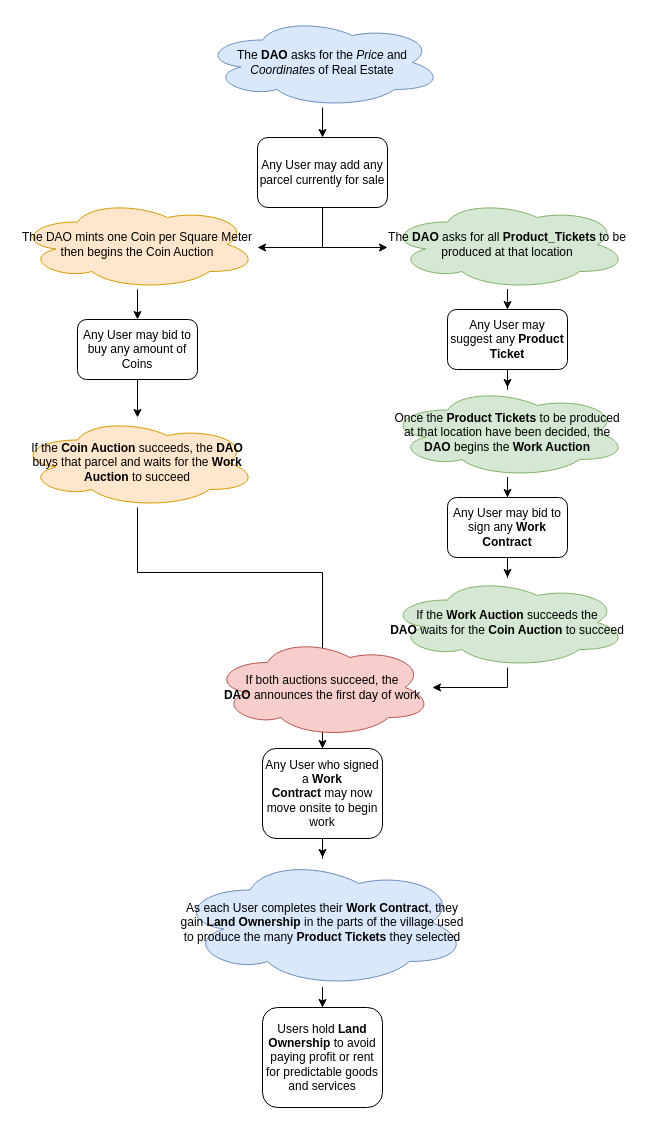
Earlier version of the draw.io diagram ECVM_flowchart.drawio (Patrick-T-Anderson/Patrick-T-Anderson.github.io). Source tidied: cells renumbered, new cells numbered last; positions are measured from the earlier drawing's top-left corner, leaving out a move shared by most shapes. Both pictures are drawn from the tidied source at 100%, with x=0, y=0 at pixel (17, 17).
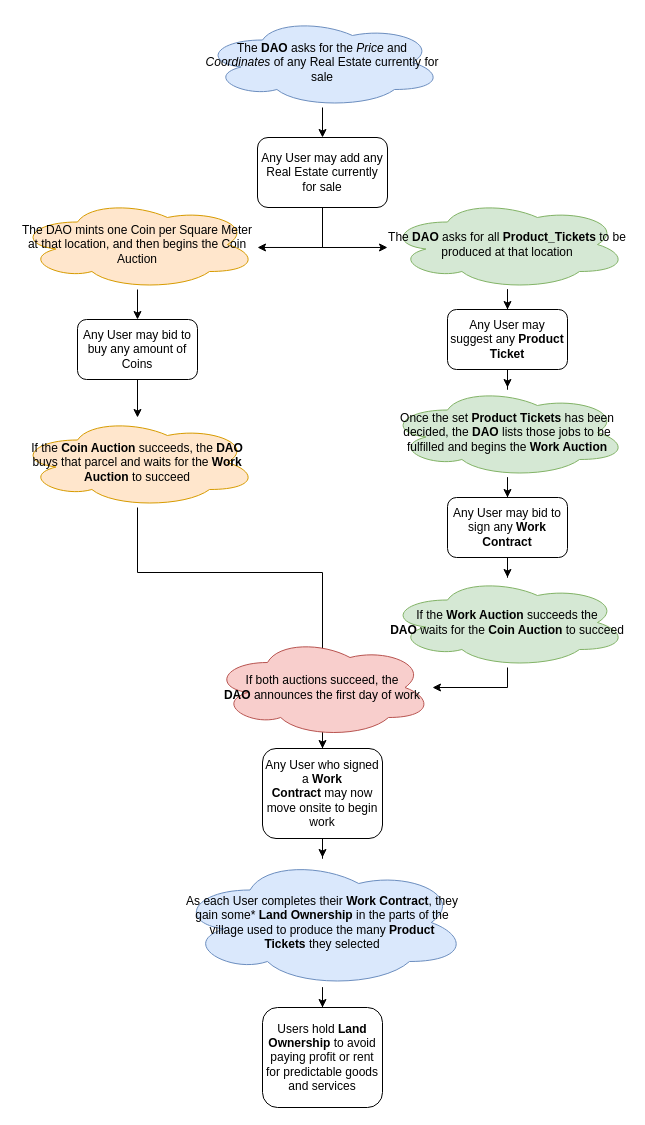
The same page after the edit.

What changed in the source:
```diff
@@
-    <mxCell id="4" value="Any User may add any parcel currently for sale" style="rounded=1;whiteSpace=wrap;html=1;" parent="1" vertex="1">
+    <mxCell id="4" value="Any User may add any Real Estate currently for sale" style="rounded=1;whiteSpace=wrap;html=1;" parent="1" vertex="1">
       <mxGeometry x="240" y="120" width="130" height="70" as="geometry" />
     </mxCell>
@@
-    <mxCell id="8" value="The DAO mints one Coin per Square Meter then begins&amp;nbsp;the Coin Auction" style="ellipse;shape=cloud;whiteSpace=wrap;html=1;fillColor=#ffe6cc;strokeColor=#d79b00;" parent="1" vertex="1">
+    <mxCell id="8" value="The DAO mints one Coin per Square Meter at that location, and then begins&amp;nbsp;the Coin Auction" style="ellipse;shape=cloud;whiteSpace=wrap;html=1;fillColor=#ffe6cc;strokeColor=#d79b00;" parent="1" vertex="1">
       <mxGeometry y="182" width="240" height="90" as="geometry" />
     </mxCell>
@@
-    <mxCell id="18" value="The &lt;b&gt;DAO&lt;/b&gt;&amp;nbsp;asks for the &lt;i&gt;Price&lt;/i&gt;&amp;nbsp;and &lt;i&gt;Coordinates&lt;/i&gt;&amp;nbsp;of Real Estate" style="ellipse;shape=cloud;whiteSpace=wrap;html=1;fillColor=#dae8fc;strokeColor=#6c8ebf;" parent="1" vertex="1">
+    <mxCell id="18" value="The &lt;b&gt;DAO&lt;/b&gt;&amp;nbsp;asks for the &lt;i&gt;Price&lt;/i&gt;&amp;nbsp;and &lt;i&gt;Coordinates&lt;/i&gt;&amp;nbsp;of any Real Estate currently for sale" style="ellipse;shape=cloud;whiteSpace=wrap;html=1;fillColor=#dae8fc;strokeColor=#6c8ebf;" parent="1" vertex="1">
       <mxGeometry x="185" width="240" height="90" as="geometry" />
     </mxCell>
@@
-    <mxCell id="20" value="Once the&amp;nbsp;&lt;b&gt;Product Tickets&lt;/b&gt;&amp;nbsp;to be produced at that location have been decided, the &lt;b&gt;DAO&lt;/b&gt;&amp;nbsp;begins the &lt;b&gt;Work Auction&lt;/b&gt;" style="ellipse;shape=cloud;whiteSpace=wrap;html=1;fillColor=#d5e8d4;strokeColor=#82b366;" parent="1" vertex="1">
+    <mxCell id="20" value="Once the set&amp;nbsp;&lt;b&gt;Product Tickets&lt;/b&gt;&amp;nbsp;has been decided, the &lt;b&gt;DAO&lt;/b&gt;&amp;nbsp;lists those jobs to be fulfilled and begins the &lt;b&gt;Work Auction&lt;/b&gt;" style="ellipse;shape=cloud;whiteSpace=wrap;html=1;fillColor=#d5e8d4;strokeColor=#82b366;" parent="1" vertex="1">
       <mxGeometry x="370" y="370" width="240" height="90" as="geometry" />
     </mxCell>
@@
-    <mxCell id="28" value="As each User completes their&amp;nbsp;&lt;b&gt;Work Contract&lt;/b&gt;, they gain &lt;b&gt;Land Ownership&lt;/b&gt;&amp;nbsp;in the parts of the village used to produce the many&amp;nbsp;&lt;b&gt;Product Tickets&lt;/b&gt;&amp;nbsp;they selected" style="ellipse;shape=cloud;whiteSpace=wrap;html=1;fillColor=#dae8fc;strokeColor=#6c8ebf;" parent="1" vertex="1">
+    <mxCell id="28" value="As each User completes their&amp;nbsp;&lt;b&gt;Work Contract&lt;/b&gt;, they gain some*&amp;nbsp;&lt;b&gt;Land Ownership&lt;/b&gt;&amp;nbsp;in the parts of the village used to produce the many&amp;nbsp;&lt;b&gt;Product Tickets&lt;/b&gt;&amp;nbsp;they selected" style="ellipse;shape=cloud;whiteSpace=wrap;html=1;fillColor=#dae8fc;strokeColor=#6c8ebf;" parent="1" vertex="1">
       <mxGeometry x="160" y="840" width="290" height="130" as="geometry" />
     </mxCell>
```
